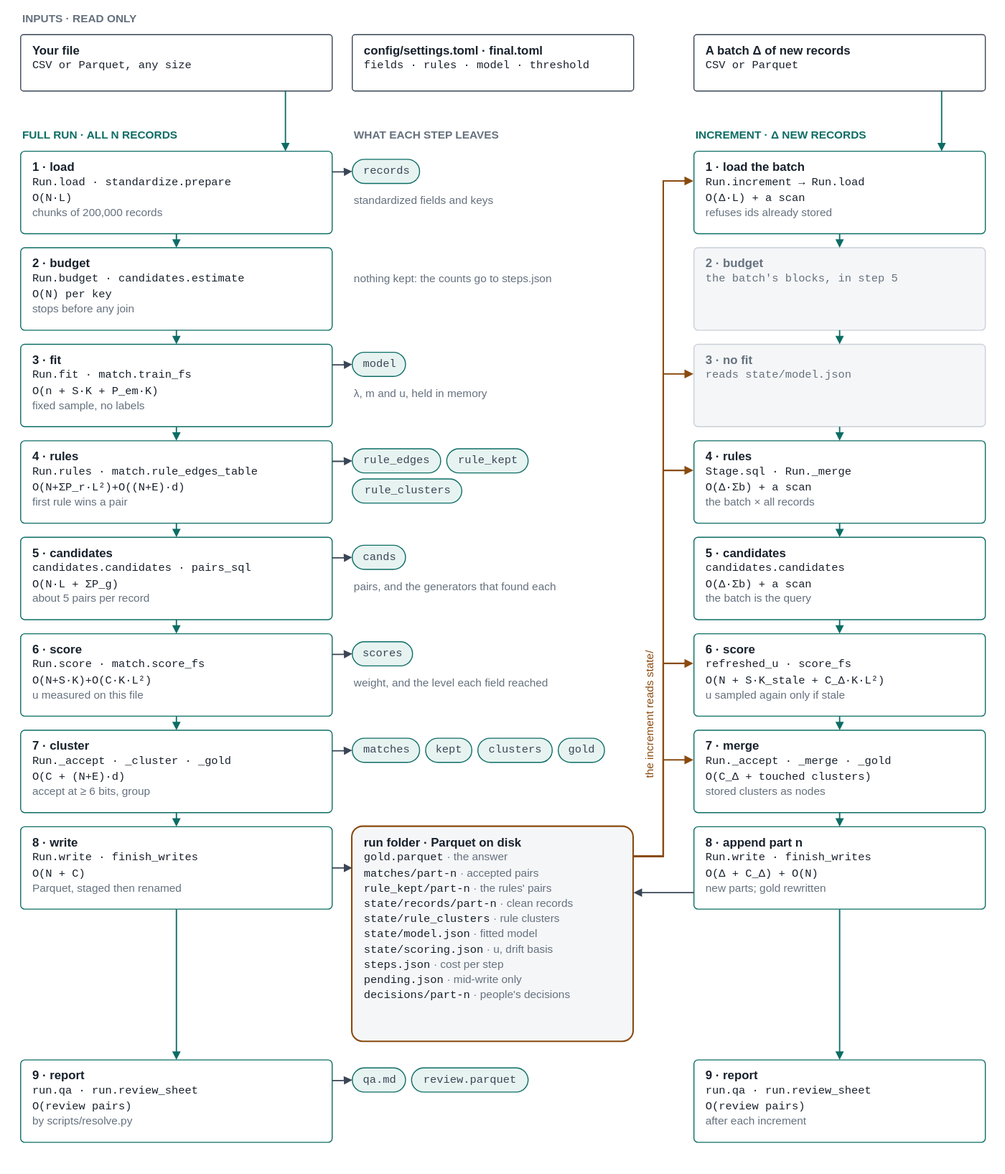
This is docs/architecture.drawio.svg from mvsbm/entity_matching, a draw.io export, as it was before one commit. Source tidied: cells renumbered, new cells last; positions are measured from the earlier drawing's top-left corner, leaving out a move shared by most shapes.
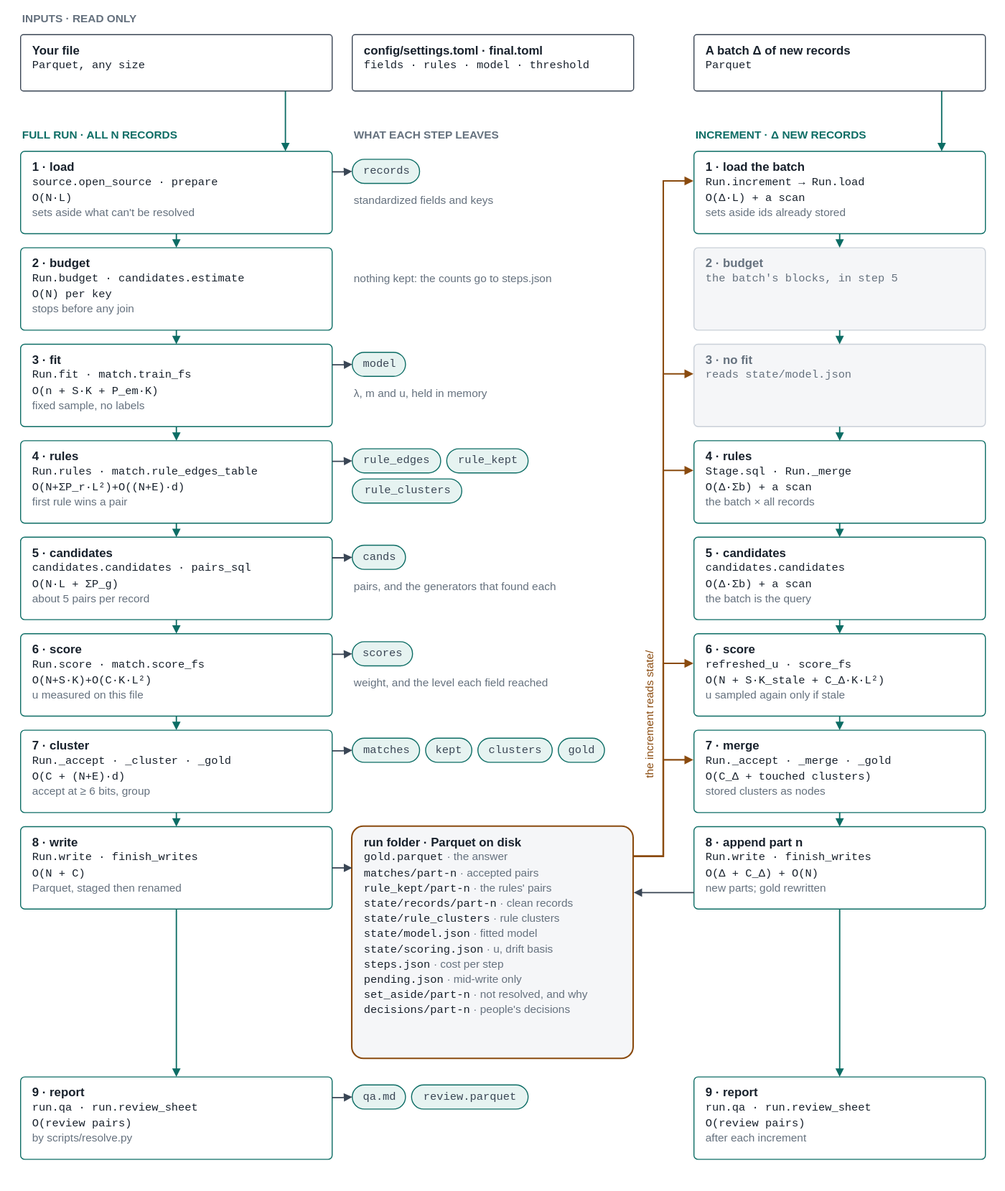
After the commit.

What changed in the source:
```diff
@@ -5,13 +5,13 @@
     <mxCell id="2" value="INPUTS · READ ONLY" style="text;html=1;align=left;verticalAlign=middle;fontFamily=Helvetica;fontSize=11;fontStyle=1;fontColor=#65717e;" parent="1" vertex="1">
       <mxGeometry width="300" height="20" as="geometry" />
     </mxCell>
-    <mxCell id="3" value="&lt;b&gt;Your file&lt;/b&gt;&lt;br&gt;&lt;font face=&quot;Courier New&quot; style=&quot;font-size:11px&quot;&gt;CSV or Parquet, any size&lt;/font&gt;" style="rounded=1;arcSize=5;whiteSpace=wrap;html=1;align=left;verticalAlign=top;spacingLeft=10;spacingTop=2;fontFamily=Helvetica;fontSize=12;fontColor=#18212c;fillColor=#ffffff;strokeColor=#3a4655;" parent="1" vertex="1">
+    <mxCell id="3" value="&lt;b&gt;Your file&lt;/b&gt;&lt;br&gt;&lt;font face=&quot;Courier New&quot; style=&quot;font-size:11px&quot;&gt;Parquet, any size&lt;/font&gt;" style="rounded=1;arcSize=5;whiteSpace=wrap;html=1;align=left;verticalAlign=top;spacingLeft=10;spacingTop=2;fontFamily=Helvetica;fontSize=12;fontColor=#18212c;fillColor=#ffffff;strokeColor=#3a4655;" parent="1" vertex="1">
       <mxGeometry y="26" width="310" height="56" as="geometry" />
     </mxCell>
     <mxCell id="4" value="&lt;b&gt;config/settings.toml · final.toml&lt;/b&gt;&lt;br&gt;&lt;font face=&quot;Courier New&quot; style=&quot;font-size:11px&quot;&gt;fields · rules · model · threshold&lt;/font&gt;" style="rounded=1;arcSize=5;whiteSpace=wrap;html=1;align=left;verticalAlign=top;spacingLeft=10;spacingTop=2;fontFamily=Helvetica;fontSize=12;fontColor=#18212c;fillColor=#ffffff;strokeColor=#3a4655;" parent="1" vertex="1">
       <mxGeometry x="330" y="26" width="280" height="56" as="geometry" />
     </mxCell>
-    <mxCell id="5" value="&lt;b&gt;A batch Δ of new records&lt;/b&gt;&lt;br&gt;&lt;font face=&quot;Courier New&quot; style=&quot;font-size:11px&quot;&gt;CSV or Parquet&lt;/font&gt;" style="rounded=1;arcSize=5;whiteSpace=wrap;html=1;align=left;verticalAlign=top;spacingLeft=10;spacingTop=2;fontFamily=Helvetica;fontSize=12;fontColor=#18212c;fillColor=#ffffff;strokeColor=#3a4655;" parent="1" vertex="1">
+    <mxCell id="5" value="&lt;b&gt;A batch Δ of new records&lt;/b&gt;&lt;br&gt;&lt;font face=&quot;Courier New&quot; style=&quot;font-size:11px&quot;&gt;Parquet&lt;/font&gt;" style="rounded=1;arcSize=5;whiteSpace=wrap;html=1;align=left;verticalAlign=top;spacingLeft=10;spacingTop=2;fontFamily=Helvetica;fontSize=12;fontColor=#18212c;fillColor=#ffffff;strokeColor=#3a4655;" parent="1" vertex="1">
       <mxGeometry x="670" y="26" width="290" height="56" as="geometry" />
     </mxCell>
     <mxCell id="6" value="FULL RUN · ALL N RECORDS" style="text;html=1;align=left;verticalAlign=middle;fontFamily=Helvetica;fontSize=11;fontStyle=1;fontColor=#0d6d65;" parent="1" vertex="1">
@@ -23,10 +23,10 @@
     <mxCell id="8" value="INCREMENT · Δ NEW RECORDS" style="text;html=1;align=left;verticalAlign=middle;fontFamily=Helvetica;fontSize=11;fontStyle=1;fontColor=#0d6d65;" parent="1" vertex="1">
       <mxGeometry x="670" y="116" width="290" height="20" as="geometry" />
     </mxCell>
-    <mxCell id="9" value="&lt;b&gt;1 · load&lt;/b&gt;&lt;br&gt;&lt;font face=&quot;Courier New&quot; style=&quot;font-size:11px&quot;&gt;Run.load · standardize.prepare&lt;/font&gt;&lt;br&gt;&lt;font face=&quot;Courier New&quot; style=&quot;font-size:11px&quot;&gt;O(N·L)&lt;/font&gt;&lt;br&gt;&lt;font color=&quot;#65717e&quot; style=&quot;font-size:11px&quot;&gt;chunks of 200,000 records&lt;/font&gt;" style="rounded=1;arcSize=5;whiteSpace=wrap;html=1;align=left;verticalAlign=top;spacingLeft=10;spacingTop=2;fontFamily=Helvetica;fontSize=12;fontColor=#18212c;fillColor=#ffffff;strokeColor=#0d6d65;" parent="1" vertex="1">
+    <mxCell id="9" value="&lt;b&gt;1 · load&lt;/b&gt;&lt;br&gt;&lt;font face=&quot;Courier New&quot; style=&quot;font-size:11px&quot;&gt;source.open_source · prepare&lt;/font&gt;&lt;br&gt;&lt;font face=&quot;Courier New&quot; style=&quot;font-size:11px&quot;&gt;O(N·L)&lt;/font&gt;&lt;br&gt;&lt;font color=&quot;#65717e&quot; style=&quot;font-size:11px&quot;&gt;sets aside what can&amp;#x27;t be resolved&lt;/font&gt;" style="rounded=1;arcSize=5;whiteSpace=wrap;html=1;align=left;verticalAlign=top;spacingLeft=10;spacingTop=2;fontFamily=Helvetica;fontSize=12;fontColor=#18212c;fillColor=#ffffff;strokeColor=#0d6d65;" parent="1" vertex="1">
       <mxGeometry y="142" width="310" height="82" as="geometry" />
     </mxCell>
-    <mxCell id="10" value="&lt;b&gt;1 · load the batch&lt;/b&gt;&lt;br&gt;&lt;font face=&quot;Courier New&quot; style=&quot;font-size:11px&quot;&gt;Run.increment → Run.load&lt;/font&gt;&lt;br&gt;&lt;font face=&quot;Courier New&quot; style=&quot;font-size:11px&quot;&gt;O(Δ·L) + a scan&lt;/font&gt;&lt;br&gt;&lt;font color=&quot;#65717e&quot; style=&quot;font-size:11px&quot;&gt;refuses ids already stored&lt;/font&gt;" style="rounded=1;arcSize=5;whiteSpace=wrap;html=1;align=left;verticalAlign=top;spacingLeft=10;spacingTop=2;fontFamily=Helvetica;fontSize=12;fontColor=#18212c;fillColor=#ffffff;strokeColor=#0d6d65;" parent="1" vertex="1">
+    <mxCell id="10" value="&lt;b&gt;1 · load the batch&lt;/b&gt;&lt;br&gt;&lt;font face=&quot;Courier New&quot; style=&quot;font-size:11px&quot;&gt;Run.increment → Run.load&lt;/font&gt;&lt;br&gt;&lt;font face=&quot;Courier New&quot; style=&quot;font-size:11px&quot;&gt;O(Δ·L) + a scan&lt;/font&gt;&lt;br&gt;&lt;font color=&quot;#65717e&quot; style=&quot;font-size:11px&quot;&gt;sets aside ids already stored&lt;/font&gt;" style="rounded=1;arcSize=5;whiteSpace=wrap;html=1;align=left;verticalAlign=top;spacingLeft=10;spacingTop=2;fontFamily=Helvetica;fontSize=12;fontColor=#18212c;fillColor=#ffffff;strokeColor=#0d6d65;" parent="1" vertex="1">
       <mxGeometry x="670" y="142" width="290" height="82" as="geometry" />
     </mxCell>
     <mxCell id="11" value="records" style="rounded=1;arcSize=50;html=1;fontFamily=Courier New;fontSize=11;fontColor=#3a4655;fillColor=#e6f3f1;strokeColor=#0d6d65;" parent="1" vertex="1">
@@ -137,26 +137,26 @@
     <mxCell id="46" value="&lt;b&gt;8 · append part n&lt;/b&gt;&lt;br&gt;&lt;font face=&quot;Courier New&quot; style=&quot;font-size:11px&quot;&gt;Run.write · finish_writes&lt;/font&gt;&lt;br&gt;&lt;font face=&quot;Courier New&quot; style=&quot;font-size:11px&quot;&gt;O(Δ + C_Δ) + O(N)&lt;/font&gt;&lt;br&gt;&lt;font color=&quot;#65717e&quot; style=&quot;font-size:11px&quot;&gt;new parts; gold rewritten&lt;/font&gt;" style="rounded=1;arcSize=5;whiteSpace=wrap;html=1;align=left;verticalAlign=top;spacingLeft=10;spacingTop=2;fontFamily=Helvetica;fontSize=12;fontColor=#18212c;fillColor=#ffffff;strokeColor=#0d6d65;" parent="1" vertex="1">
       <mxGeometry x="670" y="814" width="290" height="82" as="geometry" />
     </mxCell>
-    <mxCell id="47" value="&lt;b&gt;run folder · Parquet on disk&lt;/b&gt;&lt;br&gt;&lt;font face=&quot;Courier New&quot; style=&quot;font-size:11px&quot;&gt;gold.parquet&lt;/font&gt; &lt;font color=&quot;#65717e&quot; style=&quot;font-size:11px&quot;&gt;· the answer&lt;/font&gt;&lt;br&gt;&lt;font face=&quot;Courier New&quot; style=&quot;font-size:11px&quot;&gt;matches/part-n&lt;/font&gt; &lt;font color=&quot;#65717e&quot; style=&quot;font-size:11px&quot;&gt;· accepted pairs&lt;/font&gt;&lt;br&gt;&lt;font face=&quot;Courier New&quot; style=&quot;font-size:11px&quot;&gt;rule_kept/part-n&lt;/font&gt; &lt;font color=&quot;#65717e&quot; style=&quot;font-size:11px&quot;&gt;· the rules&amp;#x27; pairs&lt;/font&gt;&lt;br&gt;&lt;font face=&quot;Courier New&quot; style=&quot;font-size:11px&quot;&gt;state/records/part-n&lt;/font&gt; &lt;font color=&quot;#65717e&quot; style=&quot;font-size:11px&quot;&gt;· clean records&lt;/font&gt;&lt;br&gt;&lt;font face=&quot;Courier New&quot; style=&quot;font-size:11px&quot;&gt;state/rule_clusters&lt;/font&gt; &lt;font color=&quot;#65717e&quot; style=&quot;font-size:11px&quot;&gt;· rule clusters&lt;/font&gt;&lt;br&gt;&lt;font face=&quot;Courier New&quot; style=&quot;font-size:11px&quot;&gt;state/model.json&lt;/font&gt; &lt;font color=&quot;#65717e&quot; style=&quot;font-size:11px&quot;&gt;· fitted model&lt;/font&gt;&lt;br&gt;&lt;font face=&quot;Courier New&quot; style=&quot;font-size:11px&quot;&gt;state/scoring.json&lt;/font&gt; &lt;font color=&quot;#65717e&quot; style=&quot;font-size:11px&quot;&gt;· u, drift basis&lt;/font&gt;&lt;br&gt;&lt;font face=&quot;Courier New&quot; style=&quot;font-size:11px&quot;&gt;steps.json&lt;/font&gt; &lt;font color=&quot;#65717e&quot; style=&quot;font-size:11px&quot;&gt;· cost per step&lt;/font&gt;&lt;br&gt;&lt;font face=&quot;Courier New&quot; style=&quot;font-size:11px&quot;&gt;pending.json&lt;/font&gt; &lt;font color=&quot;#65717e&quot; style=&quot;font-size:11px&quot;&gt;· mid-write only&lt;/font&gt;&lt;br&gt;&lt;font face=&quot;Courier New&quot; style=&quot;font-size:11px&quot;&gt;decisions/part-n&lt;/font&gt; &lt;font color=&quot;#65717e&quot; style=&quot;font-size:11px&quot;&gt;· people&amp;#x27;s decisions&lt;/font&gt;" style="rounded=1;arcSize=5;whiteSpace=wrap;html=1;align=left;verticalAlign=top;spacingLeft=10;spacingTop=2;fontFamily=Helvetica;fontSize=12;fontColor=#18212c;fillColor=#ffffff;strokeColor=#8a4b0f;strokeWidth=1.5;fillColor=#f5f6f8;" parent="1" vertex="1">
-      <mxGeometry x="330" y="814" width="280" height="214" as="geometry" />
+    <mxCell id="47" value="&lt;b&gt;run folder · Parquet on disk&lt;/b&gt;&lt;br&gt;&lt;font face=&quot;Courier New&quot; style=&quot;font-size:11px&quot;&gt;gold.parquet&lt;/font&gt; &lt;font color=&quot;#65717e&quot; style=&quot;font-size:11px&quot;&gt;· the answer&lt;/font&gt;&lt;br&gt;&lt;font face=&quot;Courier New&quot; style=&quot;font-size:11px&quot;&gt;matches/part-n&lt;/font&gt; &lt;font color=&quot;#65717e&quot; style=&quot;font-size:11px&quot;&gt;· accepted pairs&lt;/font&gt;&lt;br&gt;&lt;font face=&quot;Courier New&quot; style=&quot;font-size:11px&quot;&gt;rule_kept/part-n&lt;/font&gt; &lt;font color=&quot;#65717e&quot; style=&quot;font-size:11px&quot;&gt;· the rules&amp;#x27; pairs&lt;/font&gt;&lt;br&gt;&lt;font face=&quot;Courier New&quot; style=&quot;font-size:11px&quot;&gt;state/records/part-n&lt;/font&gt; &lt;font color=&quot;#65717e&quot; style=&quot;font-size:11px&quot;&gt;· clean records&lt;/font&gt;&lt;br&gt;&lt;font face=&quot;Courier New&quot; style=&quot;font-size:11px&quot;&gt;state/rule_clusters&lt;/font&gt; &lt;font color=&quot;#65717e&quot; style=&quot;font-size:11px&quot;&gt;· rule clusters&lt;/font&gt;&lt;br&gt;&lt;font face=&quot;Courier New&quot; style=&quot;font-size:11px&quot;&gt;state/model.json&lt;/font&gt; &lt;font color=&quot;#65717e&quot; style=&quot;font-size:11px&quot;&gt;· fitted model&lt;/font&gt;&lt;br&gt;&lt;font face=&quot;Courier New&quot; style=&quot;font-size:11px&quot;&gt;state/scoring.json&lt;/font&gt; &lt;font color=&quot;#65717e&quot; style=&quot;font-size:11px&quot;&gt;· u, drift basis&lt;/font&gt;&lt;br&gt;&lt;font face=&quot;Courier New&quot; style=&quot;font-size:11px&quot;&gt;steps.json&lt;/font&gt; &lt;font color=&quot;#65717e&quot; style=&quot;font-size:11px&quot;&gt;· cost per step&lt;/font&gt;&lt;br&gt;&lt;font face=&quot;Courier New&quot; style=&quot;font-size:11px&quot;&gt;pending.json&lt;/font&gt; &lt;font color=&quot;#65717e&quot; style=&quot;font-size:11px&quot;&gt;· mid-write only&lt;/font&gt;&lt;br&gt;&lt;font face=&quot;Courier New&quot; style=&quot;font-size:11px&quot;&gt;set_aside/part-n&lt;/font&gt; &lt;font color=&quot;#65717e&quot; style=&quot;font-size:11px&quot;&gt;· not resolved, and why&lt;/font&gt;&lt;br&gt;&lt;font face=&quot;Courier New&quot; style=&quot;font-size:11px&quot;&gt;decisions/part-n&lt;/font&gt; &lt;font color=&quot;#65717e&quot; style=&quot;font-size:11px&quot;&gt;· people&amp;#x27;s decisions&lt;/font&gt;" style="rounded=1;arcSize=5;whiteSpace=wrap;html=1;align=left;verticalAlign=top;spacingLeft=10;spacingTop=2;fontFamily=Helvetica;fontSize=12;fontColor=#18212c;fillColor=#ffffff;strokeColor=#8a4b0f;strokeWidth=1.5;fillColor=#f5f6f8;" parent="1" vertex="1">
+      <mxGeometry x="330" y="814" width="280" height="231" as="geometry" />
     </mxCell>
-    <mxCell id="48" style="edgeStyle=orthogonalEdgeStyle;rounded=0;html=1;endArrow=block;endFill=1;endSize=5;strokeColor=#3a4655;strokeWidth=1.3;exitX=1;exitY=0.5;entryX=0;entryY=0.1916;" parent="1" edge="1" source="45" target="47">
+    <mxCell id="48" style="edgeStyle=orthogonalEdgeStyle;rounded=0;html=1;endArrow=block;endFill=1;endSize=5;strokeColor=#3a4655;strokeWidth=1.3;exitX=1;exitY=0.5;entryX=0;entryY=0.1775;" parent="1" edge="1" source="45" target="47">
       <mxGeometry relative="1" as="geometry" />
     </mxCell>
-    <mxCell id="49" style="edgeStyle=orthogonalEdgeStyle;rounded=0;html=1;endArrow=block;endFill=1;endSize=5;strokeColor=#3a4655;strokeWidth=1.3;exitX=0;exitY=0.8;entryX=1;entryY=0.3065;" parent="1" edge="1" source="46" target="47">
+    <mxCell id="49" style="edgeStyle=orthogonalEdgeStyle;rounded=0;html=1;endArrow=block;endFill=1;endSize=5;strokeColor=#3a4655;strokeWidth=1.3;exitX=0;exitY=0.8;entryX=1;entryY=0.2840;" parent="1" edge="1" source="46" target="47">
       <mxGeometry relative="1" as="geometry" />
     </mxCell>
     <mxCell id="50" value="&lt;b&gt;9 · report&lt;/b&gt;&lt;br&gt;&lt;font face=&quot;Courier New&quot; style=&quot;font-size:11px&quot;&gt;run.qa · run.review_sheet&lt;/font&gt;&lt;br&gt;&lt;font face=&quot;Courier New&quot; style=&quot;font-size:11px&quot;&gt;O(review pairs)&lt;/font&gt;&lt;br&gt;&lt;font color=&quot;#65717e&quot; style=&quot;font-size:11px&quot;&gt;by scripts/resolve.py&lt;/font&gt;" style="rounded=1;arcSize=5;whiteSpace=wrap;html=1;align=left;verticalAlign=top;spacingLeft=10;spacingTop=2;fontFamily=Helvetica;fontSize=12;fontColor=#18212c;fillColor=#ffffff;strokeColor=#0d6d65;" parent="1" vertex="1">
-      <mxGeometry y="1046" width="310" height="82" as="geometry" />
+      <mxGeometry y="1063" width="310" height="82" as="geometry" />
     </mxCell>
     <mxCell id="51" value="&lt;b&gt;9 · report&lt;/b&gt;&lt;br&gt;&lt;font face=&quot;Courier New&quot; style=&quot;font-size:11px&quot;&gt;run.qa · run.review_sheet&lt;/font&gt;&lt;br&gt;&lt;font face=&quot;Courier New&quot; style=&quot;font-size:11px&quot;&gt;O(review pairs)&lt;/font&gt;&lt;br&gt;&lt;font color=&quot;#65717e&quot; style=&quot;font-size:11px&quot;&gt;after each increment&lt;/font&gt;" style="rounded=1;arcSize=5;whiteSpace=wrap;html=1;align=left;verticalAlign=top;spacingLeft=10;spacingTop=2;fontFamily=Helvetica;fontSize=12;fontColor=#18212c;fillColor=#ffffff;strokeColor=#0d6d65;" parent="1" vertex="1">
-      <mxGeometry x="670" y="1046" width="290" height="82" as="geometry" />
+      <mxGeometry x="670" y="1063" width="290" height="82" as="geometry" />
     </mxCell>
     <mxCell id="52" value="qa.md" style="rounded=1;arcSize=50;html=1;fontFamily=Courier New;fontSize=11;fontColor=#3a4655;fillColor=#e6f3f1;strokeColor=#0d6d65;" parent="1" vertex="1">
-      <mxGeometry x="330" y="1054" width="53" height="24" as="geometry" />
+      <mxGeometry x="330" y="1071" width="53" height="24" as="geometry" />
     </mxCell>
     <mxCell id="53" value="review.parquet" style="rounded=1;arcSize=50;html=1;fontFamily=Courier New;fontSize=11;fontColor=#3a4655;fillColor=#e6f3f1;strokeColor=#0d6d65;" parent="1" vertex="1">
-      <mxGeometry x="389" y="1054" width="116" height="24" as="geometry" />
+      <mxGeometry x="389" y="1071" width="116" height="24" as="geometry" />
     </mxCell>
     <mxCell id="54" style="edgeStyle=orthogonalEdgeStyle;rounded=0;html=1;endArrow=block;endFill=1;endSize=5;strokeColor=#3a4655;strokeWidth=1.3;exitX=1;exitY=0.25;entryX=0;entryY=0.5;" parent="1" edge="1" source="50" target="52">
       <mxGeometry relative="1" as="geometry" />
```
